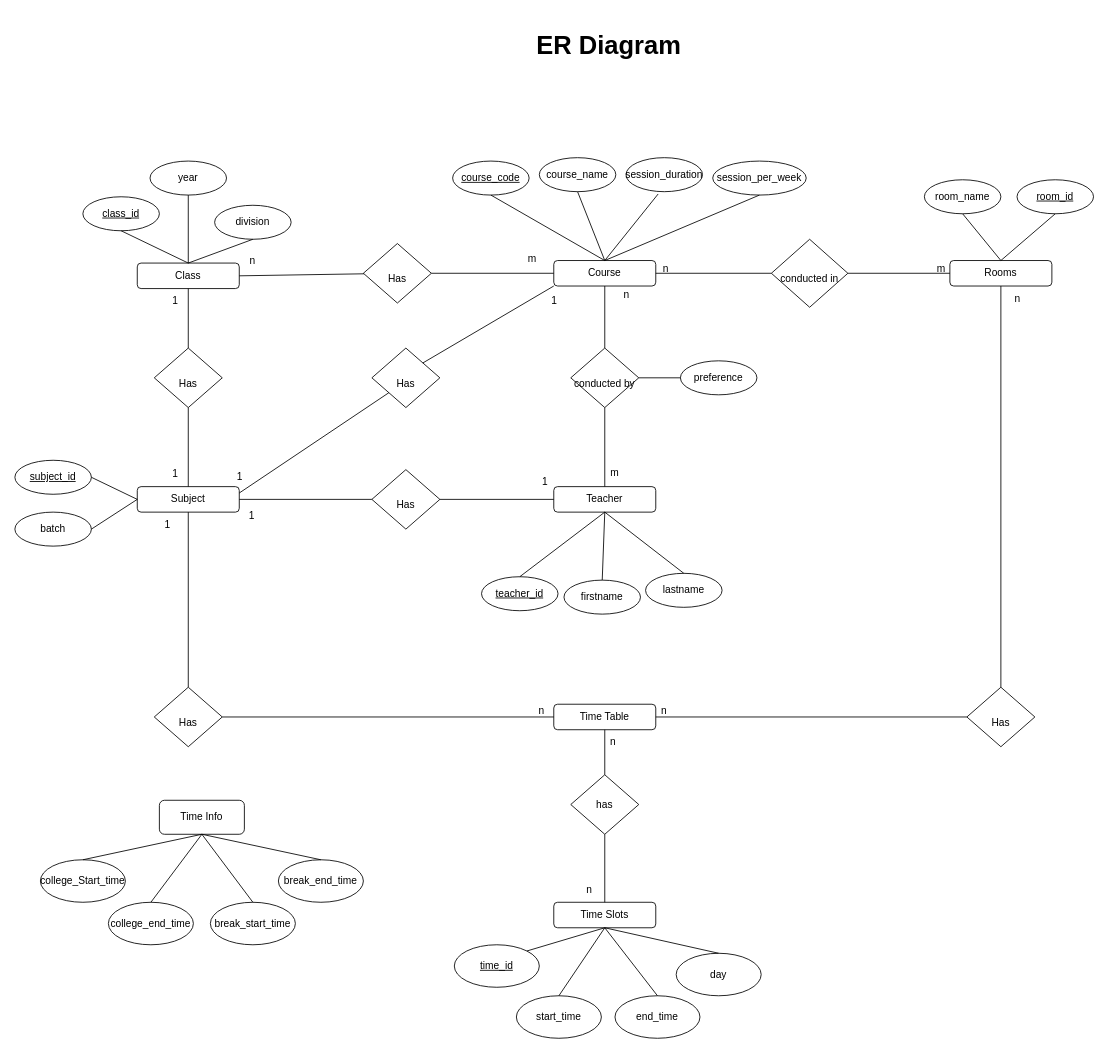
parmar-mohit/Automated_Time_Table_Scheduler keeps this draw.io diagram as Database/ER Diagram.drawio. Above is the earlier version. Source tidied: cells renumbered, new cells numbered last; positions are measured from the earlier drawing's top-left corner, leaving out a move shared by most shapes. Both pictures are drawn from the tidied source at 85%, with x=0, y=0 at pixel (14, 14).
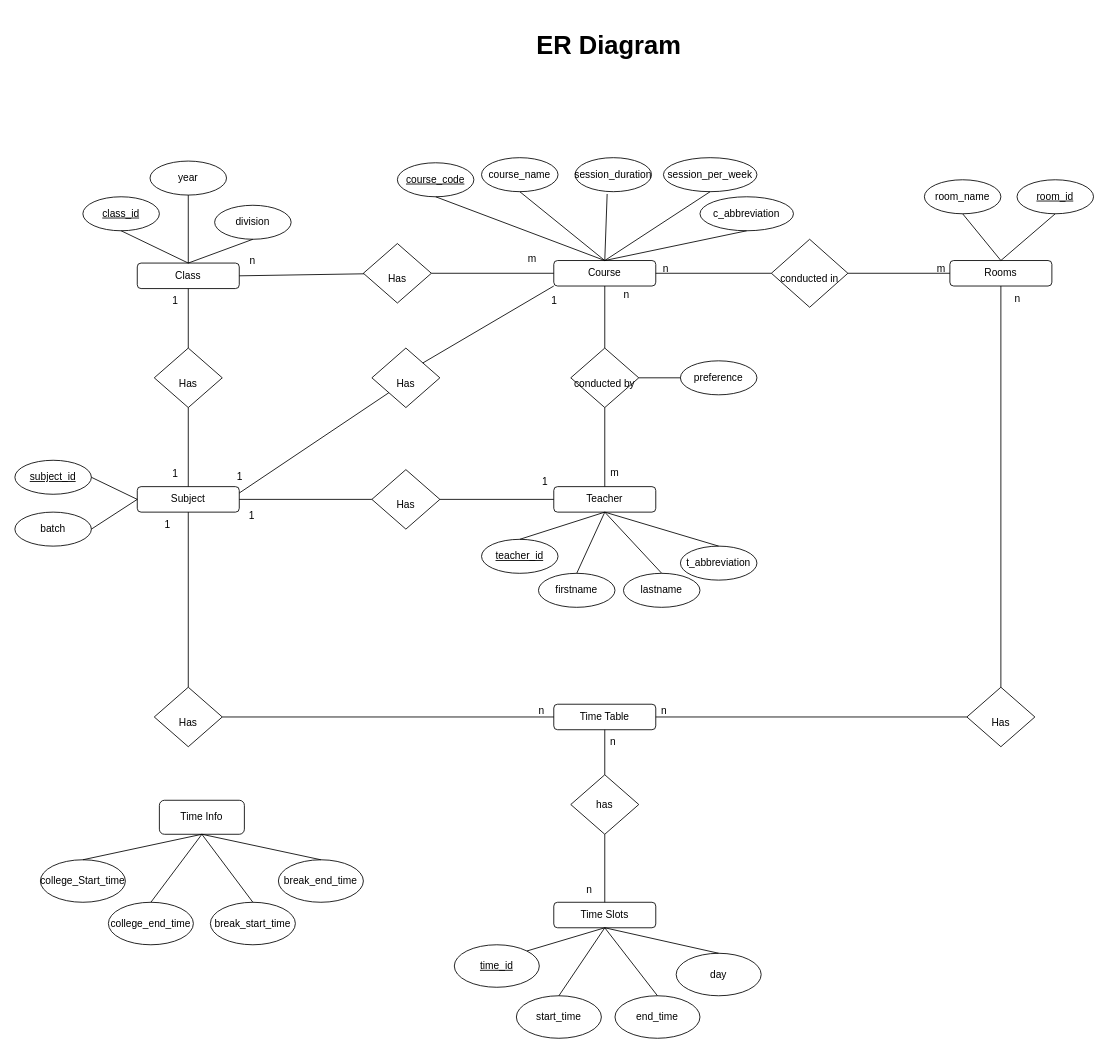
The same diagram, later.

Unchanged cells that the change refers to:
```xml
<mxCell id="2" value="Teacher" style="rounded=1;whiteSpace=wrap;html=1;" parent="1" vertex="1">
  <mxGeometry x="634" y="555" width="120" height="30" as="geometry" />
</mxCell>
<mxCell id="6" value="Course" style="rounded=1;whiteSpace=wrap;html=1;" parent="1" vertex="1">
  <mxGeometry x="634" y="289" width="120" height="30" as="geometry" />
</mxCell>
```

Change to the diagram source:
```diff
@@
     <mxCell id="10" value="teacher_id" style="ellipse;whiteSpace=wrap;html=1;fontSize=12;fontStyle=4;" parent="1" vertex="1">
-      <mxGeometry x="549" y="661" width="90" height="40" as="geometry" />
+      <mxGeometry x="549" y="617" width="90" height="40" as="geometry" />
     </mxCell>
     <mxCell id="11" value="firstname" style="ellipse;whiteSpace=wrap;html=1;fontSize=12;" parent="1" vertex="1">
-      <mxGeometry x="646" y="665" width="90" height="40" as="geometry" />
+      <mxGeometry x="616" y="657" width="90" height="40" as="geometry" />
     </mxCell>
@@
     <mxCell id="20" value="course_code" style="ellipse;whiteSpace=wrap;html=1;fontSize=12;fontStyle=4;" parent="1" vertex="1">
-      <mxGeometry x="515" y="172" width="90" height="40" as="geometry" />
+      <mxGeometry x="450" y="174" width="90" height="40" as="geometry" />
     </mxCell>
     <mxCell id="21" value="course_name" style="ellipse;whiteSpace=wrap;html=1;fontSize=12;" parent="1" vertex="1">
-      <mxGeometry x="617" y="168" width="90" height="40" as="geometry" />
+      <mxGeometry x="549" y="168" width="90" height="40" as="geometry" />
     </mxCell>
     <mxCell id="22" value="session_duration" style="ellipse;whiteSpace=wrap;html=1;fontSize=12;" parent="1" vertex="1">
-      <mxGeometry x="719" y="168" width="90" height="40" as="geometry" />
+      <mxGeometry x="659" y="168" width="90" height="40" as="geometry" />
     </mxCell>
     <mxCell id="23" value="session_per_week" style="ellipse;whiteSpace=wrap;html=1;fontSize=12;" parent="1" vertex="1">
-      <mxGeometry x="821" y="172" width="110" height="40" as="geometry" />
+      <mxGeometry x="763" y="168" width="110" height="40" as="geometry" />
     </mxCell>
@@
     <mxCell id="63" value="lastname" style="ellipse;whiteSpace=wrap;html=1;fontSize=12;" parent="1" vertex="1">
-      <mxGeometry x="742" y="657" width="90" height="40" as="geometry" />
+      <mxGeometry x="716" y="657" width="90" height="40" as="geometry" />
     </mxCell>
@@
+    <mxCell id="102" value="c_abbreviation" style="ellipse;whiteSpace=wrap;html=1;fontSize=12;" parent="1" vertex="1">
+      <mxGeometry x="806" y="214" width="110" height="40" as="geometry" />
+    </mxCell>
+    <mxCell id="103" style="endArrow=none;html=1;rounded=0;entryX=0.5;entryY=1;entryDx=0;entryDy=0;exitX=0.5;exitY=0;exitDx=0;exitDy=0;" parent="1" edge="1" source="6" target="102">
+      <mxGeometry relative="1" as="geometry" />
+    </mxCell>
+    <mxCell id="104" value="t_abbreviation" style="ellipse;whiteSpace=wrap;html=1;fontSize=12;" parent="1" vertex="1">
+      <mxGeometry x="783" y="625" width="90" height="40" as="geometry" />
+    </mxCell>
+    <mxCell id="105" style="endArrow=none;html=1;rounded=0;entryX=0.5;entryY=1;entryDx=0;entryDy=0;exitX=0.5;exitY=0;exitDx=0;exitDy=0;" parent="1" edge="1" source="104" target="2">
+      <mxGeometry relative="1" as="geometry" />
+    </mxCell>
```
